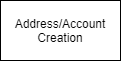
The draw.io diagram docs/content/diagrams/wallet-system.png in wirelineio/cluny, before a commit. Source tidied: cells renumbered, new cells last; positions are measured from the earlier drawing's top-left corner, leaving out a move shared by most shapes.
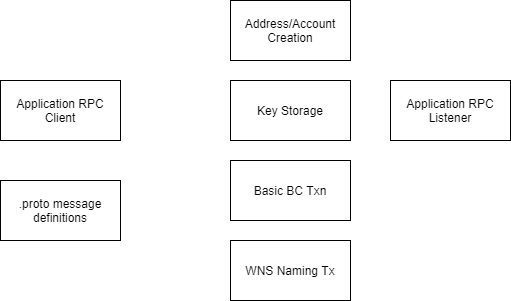
The same diagram one commit later.

The edit, as a diff of the source:
```diff
@@ -5,5 +5,23 @@
     <mxCell id="2" value="Address/Account&lt;br&gt;Creation" style="rounded=0;whiteSpace=wrap;html=1;" parent="1" vertex="1">
       <mxGeometry width="120" height="60" as="geometry" />
     </mxCell>
+    <mxCell id="3" value="Key Storage" style="rounded=0;whiteSpace=wrap;html=1;" parent="1" vertex="1">
+      <mxGeometry y="80" width="120" height="60" as="geometry" />
+    </mxCell>
+    <mxCell id="4" value="Basic BC Txn" style="rounded=0;whiteSpace=wrap;html=1;" parent="1" vertex="1">
+      <mxGeometry y="160" width="120" height="60" as="geometry" />
+    </mxCell>
+    <mxCell id="5" value="WNS Naming Tx" style="rounded=0;whiteSpace=wrap;html=1;" parent="1" vertex="1">
+      <mxGeometry y="240" width="120" height="60" as="geometry" />
+    </mxCell>
+    <mxCell id="6" value="Application RPC Listener" style="rounded=0;whiteSpace=wrap;html=1;" parent="1" vertex="1">
+      <mxGeometry x="160" y="80" width="120" height="60" as="geometry" />
+    </mxCell>
+    <mxCell id="7" value="Application RPC Client" style="rounded=0;whiteSpace=wrap;html=1;" parent="1" vertex="1">
+      <mxGeometry x="-230" y="80" width="120" height="60" as="geometry" />
+    </mxCell>
+    <mxCell id="8" value=".proto message definitions" style="rounded=0;whiteSpace=wrap;html=1;" parent="1" vertex="1">
+      <mxGeometry x="-230" y="180" width="120" height="60" as="geometry" />
+    </mxCell>
   </root>
 </mxGraphModel>
```
